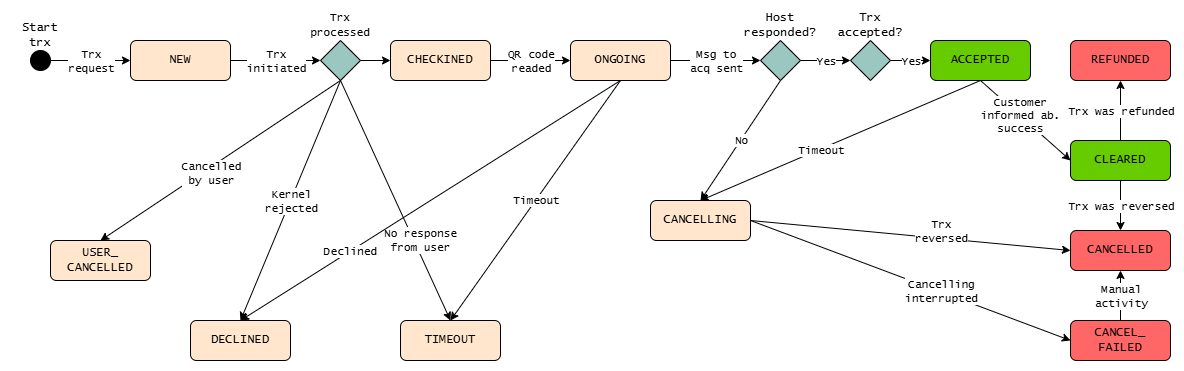
Earlier version of the draw.io export WPI_2_2/Appendix_B_Transaction_Statuses/img/apm.drawio.png (taponmobile/.github). Source tidied: cells renumbered, new cells last; positions are measured from the earlier drawing's top-left corner, leaving out a move shared by most shapes.
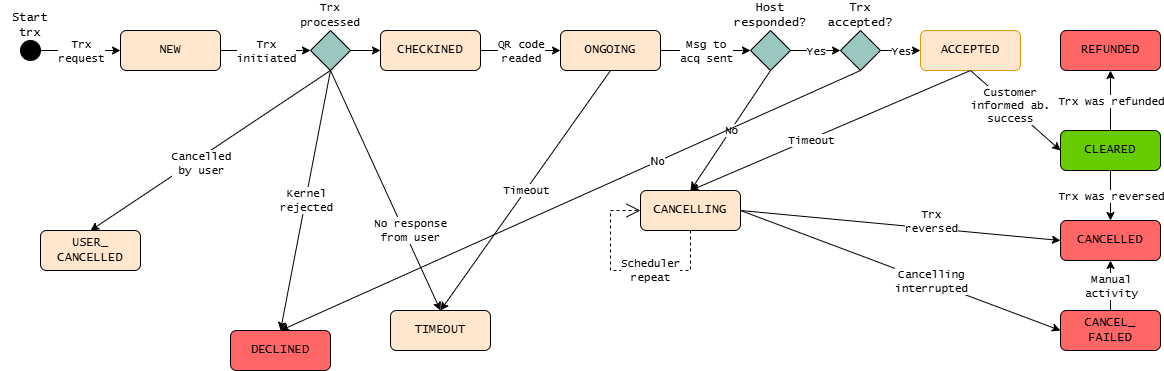
After the change.

Diff of the diagram source:
```diff
@@ -2,8 +2,8 @@
   <root>
     <mxCell id="0" />
     <mxCell id="1" parent="0" />
-    <mxCell id="2" value="DECLINED" style="rounded=1;whiteSpace=wrap;html=1;fillColor=#FFE6CC;fontFamily=Lucida Console;" parent="1" vertex="1">
-      <mxGeometry x="180" y="310" width="100" height="40" as="geometry" />
+    <mxCell id="2" value="DECLINED" style="rounded=1;whiteSpace=wrap;html=1;fillColor=light-dark(#FF6666,#36210A);fontFamily=Lucida Console;" parent="1" vertex="1">
+      <mxGeometry x="230" y="330" width="100" height="40" as="geometry" />
     </mxCell>
     <mxCell id="3" style="ellipse;whiteSpace=wrap;html=1;fillColor=#000000;fontFamily=Lucida Console;" parent="1" vertex="1">
       <mxGeometry x="20" y="40" width="20" height="20" as="geometry" />
@@ -17,7 +17,7 @@
     <mxCell id="6" value="TIMEOUT" style="rounded=1;whiteSpace=wrap;html=1;fillColor=#FFE6CC;fontFamily=Lucida Console;" parent="1" vertex="1">
       <mxGeometry x="390" y="310" width="100" height="40" as="geometry" />
     </mxCell>
-    <mxCell id="7" value="ACCEPTED" style="rounded=1;whiteSpace=wrap;html=1;fillColor=#66CC00;fontFamily=Lucida Console;" parent="1" vertex="1">
+    <mxCell id="7" value="ACCEPTED" style="rounded=1;whiteSpace=wrap;html=1;fillColor=#ffe6cc;fontFamily=Lucida Console;strokeColor=#d79b00;" parent="1" vertex="1">
       <mxGeometry x="920" y="30" width="100" height="40" as="geometry" />
     </mxCell>
     <mxCell id="8" value="ONGOING" style="rounded=1;whiteSpace=wrap;html=1;fillColor=#FFE6CC;fontFamily=Lucida Console;" parent="1" vertex="1">
@@ -173,14 +173,12 @@
         <mxPoint x="30" y="10" as="offset" />
       </mxGeometry>
     </mxCell>
-    <mxCell id="55" style="endArrow=classic;html=1;rounded=0;exitX=0.5;exitY=1;exitDx=0;exitDy=0;entryX=0.5;entryY=0;entryDx=0;entryDy=0;fontFamily=Lucida Console;" parent="1" edge="1" source="8" target="2">
+    <mxCell id="55" style="endArrow=classic;html=1;rounded=0;exitX=0.5;exitY=1;exitDx=0;exitDy=0;entryX=0.5;entryY=0;entryDx=0;entryDy=0;fontFamily=Lucida Console;" parent="1" edge="1" source="16" target="2">
       <mxGeometry relative="1" as="geometry" />
     </mxCell>
-    <mxCell id="56" value="Declined" style="edgeLabel;html=1;align=center;verticalAlign=middle;fontFamily=Lucida Console;" parent="55" vertex="1">
-      <mxGeometry relative="1" as="geometry">
-        <mxPoint x="-80" y="50" as="offset" />
-      </mxGeometry>
-    </mxCell>
+    <mxCell id="61" value="No" style="edgeLabel;html=1;align=center;verticalAlign=middle;" parent="55" vertex="1">
+      <mxGeometry x="-0.3" y="-1" relative="1" as="geometry" />
+    </mxCell>
     <mxCell id="57" style="endArrow=classic;html=1;rounded=0;exitX=0.5;exitY=1;exitDx=0;exitDy=0;entryX=0.5;entryY=0;entryDx=0;entryDy=0;fontFamily=Lucida Console;" parent="1" edge="1" source="8" target="6">
       <mxGeometry relative="1" as="geometry" />
     </mxCell>
@@ -193,5 +191,16 @@
     <mxCell id="60" value="Manual&lt;br&gt;activity" style="edgeLabel;html=1;align=center;verticalAlign=middle;fontFamily=Lucida Console;" parent="59" vertex="1">
       <mxGeometry relative="1" as="geometry" />
     </mxCell>
+    <mxCell id="62" value="&lt;font face=&quot;Lucida Console&quot;&gt;Scheduler&lt;br&gt;repeat&lt;/font&gt;" style="endArrow=open;endSize=12;dashed=1;html=1;rounded=0;exitX=0.5;exitY=1;exitDx=0;exitDy=0;entryX=0;entryY=0.5;entryDx=0;entryDy=0;" parent="1" edge="1">
+      <mxGeometry x="-0.24" relative="1" as="geometry">
+        <mxPoint x="690" y="230" as="sourcePoint" />
+        <mxPoint x="640" y="210" as="targetPoint" />
+        <Array as="points">
+          <mxPoint x="690" y="270" />
+          <mxPoint x="610" y="270" />
+          <mxPoint x="610" y="210" />
+        </Array>
+      </mxGeometry>
+    </mxCell>
   </root>
 </mxGraphModel>
```
